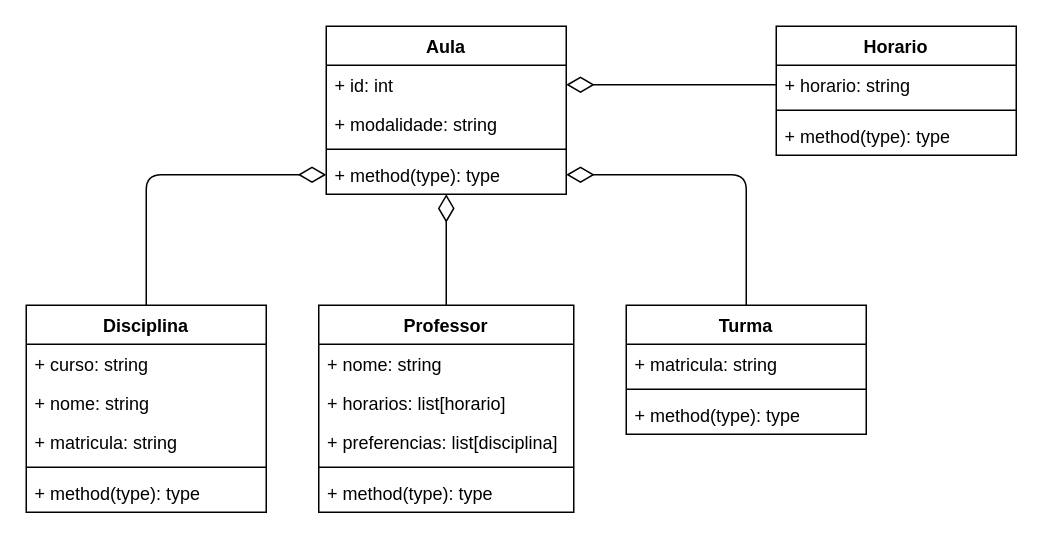
Above: page "Página-1" (1 of 2) of src/algoritmo_genetico/uml.drawio in EvandroJRSilva/Timetable (draw.io), before the change. Source tidied: cells renumbered, new cells numbered last; positions are measured from the earlier drawing's top-left corner, leaving out a move shared by most shapes. Both pictures are drawn from the tidied source at 150%, with x=0, y=0 at pixel (26, 26).
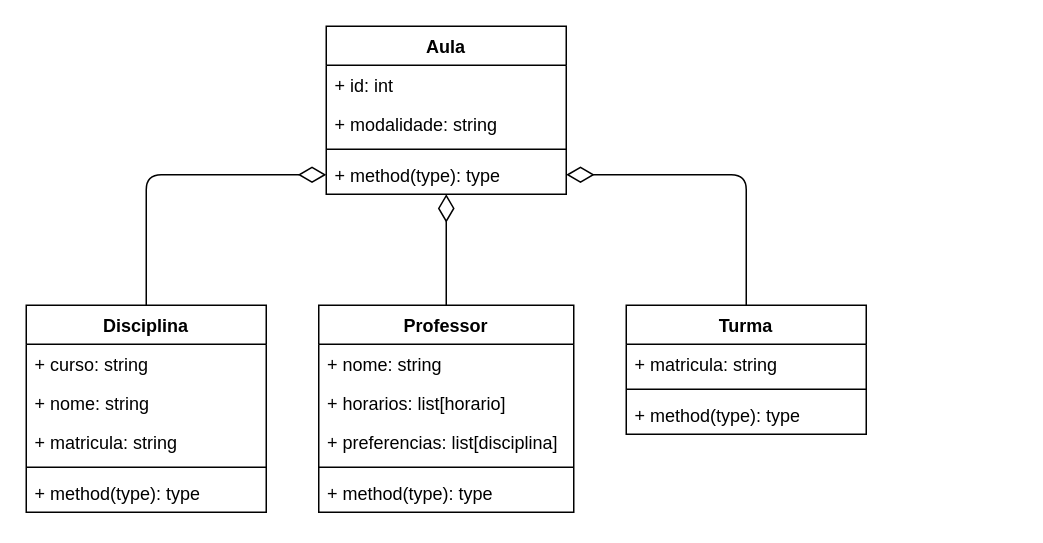
The same diagram, later.

Unchanged cells that the change refers to:
```xml
<mxCell id="3" value="+ id: int" style="text;strokeColor=none;fillColor=none;align=left;verticalAlign=top;spacingLeft=4;spacingRight=4;overflow=hidden;points=[[0,0.5],[1,0.5]];portConstraint=eastwest;whiteSpace=wrap;html=1;" parent="2" vertex="1">
  <mxGeometry y="26" width="160" height="26" as="geometry" />
</mxCell>
```

Diff of the diagram source:
```diff
@@
-    <mxCell id="26" value="Horario" style="swimlane;fontStyle=1;align=center;verticalAlign=top;horizontal=1;startSize=26;whiteSpace=wrap;html=1;" parent="1" vertex="1">
-      <mxGeometry x="500" width="160" height="86" as="geometry" />
-    </mxCell>
-    <mxCell id="27" value="+ horario: string" style="text;strokeColor=none;fillColor=none;align=left;verticalAlign=top;spacingLeft=4;spacingRight=4;overflow=hidden;points=[[0,0.5],[1,0.5]];portConstraint=eastwest;whiteSpace=wrap;html=1;" parent="26" vertex="1">
-      <mxGeometry y="26" width="160" height="26" as="geometry" />
-    </mxCell>
-    <mxCell id="28" style="line;strokeWidth=1;fillColor=none;align=left;verticalAlign=middle;spacingTop=-1;spacingLeft=3;spacingRight=3;labelPosition=right;strokeColor=inherit;" parent="26" vertex="1">
-      <mxGeometry y="52" width="160" height="8" as="geometry" />
-    </mxCell>
-    <mxCell id="29" value="+ method(type): type" style="text;strokeColor=none;fillColor=none;align=left;verticalAlign=top;spacingLeft=4;spacingRight=4;overflow=hidden;whiteSpace=wrap;html=1;" parent="26" vertex="1">
-      <mxGeometry y="60" width="160" height="26" as="geometry" />
-    </mxCell>
-    <mxCell id="30" style="endArrow=diamondThin;endFill=0;endSize=16;html=1;exitX=0;exitY=0.5;exitDx=0;exitDy=0;entryX=1;entryY=0.5;entryDx=0;entryDy=0;" parent="1" edge="1" source="27" target="3">
-      <mxGeometry relative="1" as="geometry" />
-    </mxCell>
```
